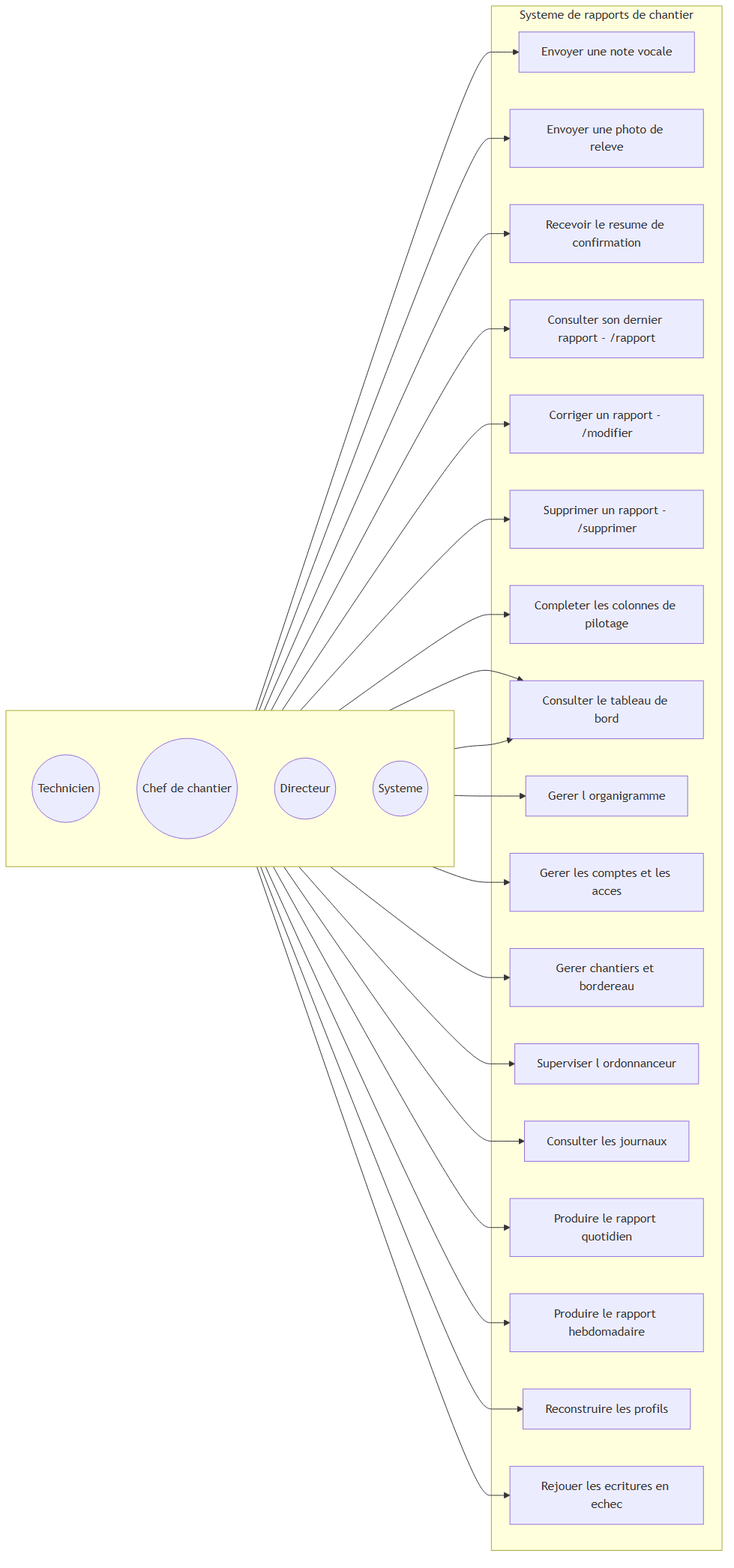
Earlier version of the Mermaid export Pres+report/diagrams/07-usecase.png (yassine808/PFE-aznet). Its source is kept beside it as Pres+report/diagrams/07-usecase.mmd.
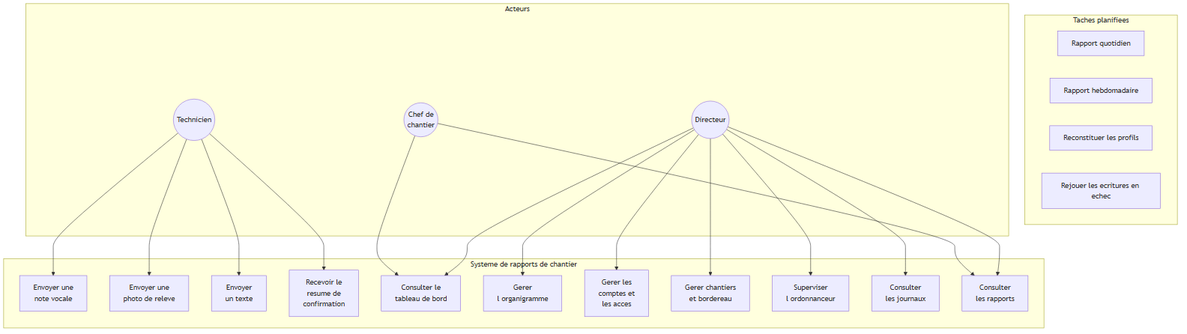
After the change.

Diff of the diagram source:
```diff
@@ -1,33 +1,44 @@
-flowchart LR
-    subgraph acteurs[" "]
-        direction TB
-        TECH(("Technicien"))
-        CHEF(("Chef de chantier"))
-        DIR(("Directeur"))
-        SYS(("Systeme"))
+flowchart TB
+    subgraph P["Taches planifiees"]
+        direction LR
+        T1["Rapport quotidien"]
+        T2["Rapport hebdomadaire"]
+        T3["Reconstituer les profils"]
+        T4["Rejouer les ecritures en echec"]
     end
 
-    subgraph systeme["Systeme de rapports de chantier"]
-        U1["Envoyer une note vocale"]
-        U2["Envoyer une photo de releve"]
-        U3["Recevoir le resume de confirmation"]
-        U4["Consulter son dernier rapport - /rapport"]
-        U5["Corriger un rapport - /modifier"]
-        U6["Supprimer un rapport - /supprimer"]
-        U7["Completer les colonnes de pilotage"]
-        U8["Consulter le tableau de bord"]
-        U9["Gerer l organigramme"]
-        U10["Gerer les comptes et les acces"]
-        U11["Gerer chantiers et bordereau"]
-        U12["Superviser l ordonnanceur"]
-        U13["Consulter les journaux"]
-        U14["Produire le rapport quotidien"]
-        U15["Produire le rapport hebdomadaire"]
-        U16["Reconstruire les profils"]
-        U17["Rejouer les ecritures en echec"]
+    subgraph A["Acteurs"]
+        direction LR
+        TECH(("Technicien"))
+        CHEF(("Chef de\nchantier"))
+        DIR(("Directeur"))
     end
 
-    TECH --> U1 & U2 & U3 & U4 & U5 & U6
-    CHEF --> U7 & U8
-    DIR --> U8 & U9 & U10 & U11 & U12 & U13
-    SYS --> U14 & U15 & U16 & U17
+    subgraph S["Systeme de rapports de chantier"]
+        direction LR
+        U1["Envoyer une\nnote vocale"]
+        U2["Envoyer une\nphoto de releve"]
+        U3["Envoyer\nun texte"]
+        U4["Recevoir le\nresume de\nconfirmation"]
+        U5["Consulter le\ntableau de bord"]
+        U6["Gerer\nl organigramme"]
+        U7["Gerer les\ncomptes et\nles acces"]
+        U8["Gerer chantiers\net bordereau"]
+        U9["Superviser\nl ordonnanceur"]
+        U10["Consulter\nles journaux"]
+        U11["Consulter\nles rapports"]
+    end
+
+    TECH --> U1
+    TECH --> U2
+    TECH --> U3
+    TECH --> U4
+    CHEF --> U5
+    CHEF --> U11
+    DIR --> U5
+    DIR --> U6
+    DIR --> U7
+    DIR --> U8
+    DIR --> U9
+    DIR --> U10
+    DIR --> U11
```
